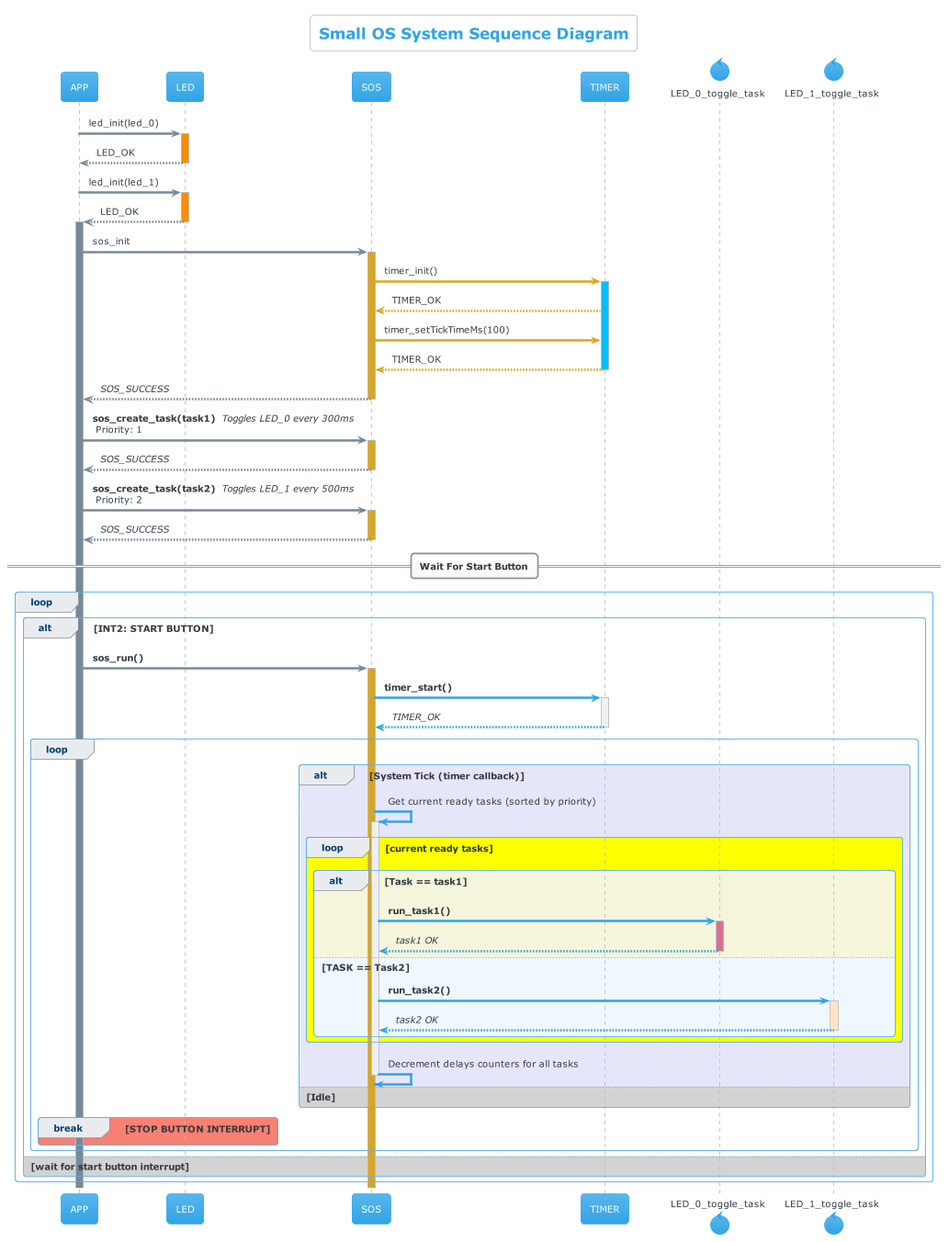
Before: Embedded SW Design/S_DYNAMIC_10 Design a Small OS/Assets/Diagrams - images/app_sequence_diagram.png, a diagram exported from PlantUML (HossamElwahsh/sprints-automotive).
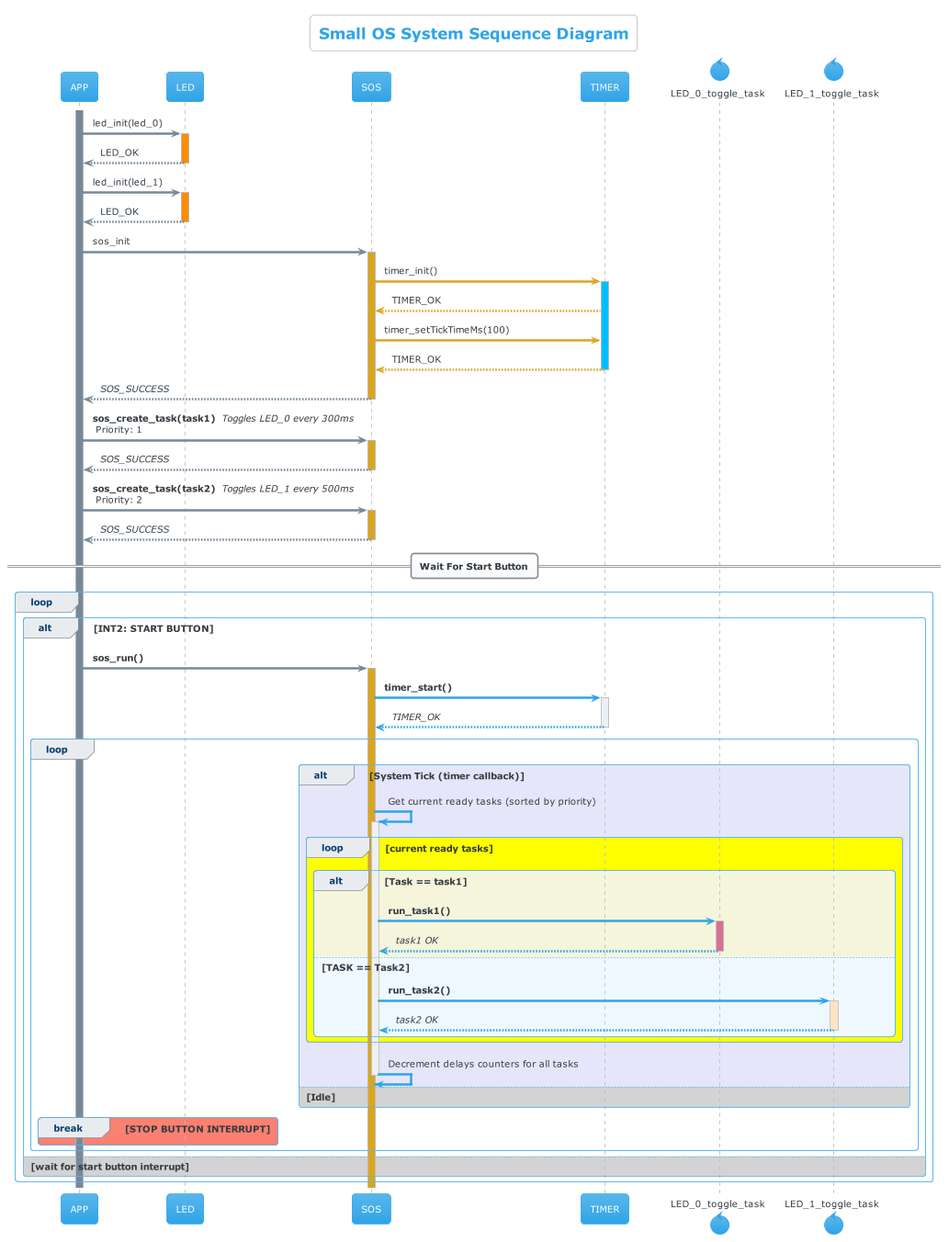
After the change.

Commit message:
update: sequence diagram

The edit, as a diff of the source:
```diff
@@ -4,12 +4,11 @@
 
 skinparam backgroundColor #white
 
+activate APP #lightslategray
 APP -[#lightslategray]> LED++#darkorange: led_init(led_0)
 return LED_OK
 APP -[#lightslategray]> LED++#darkorange: led_init(led_1)
 return LED_OK
-
-activate APP #lightslategray
 APP -[#lightslategray]> SOS++#goldenrod: sos_init
 SOS -[#goldenrod]> TIMER++#deepskyblue: timer_init()
 TIMER -[#goldenrod]-> SOS: TIMER_OK
```
